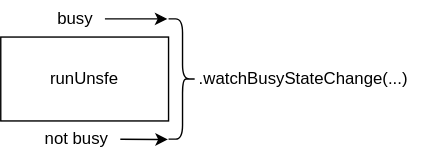
Before: doc/busystate.drawio.svg, a diagram exported from draw.io (FelixCpp/use_in_case). Source tidied: cells renumbered, new cells last; positions are measured from the earlier drawing's top-left corner, leaving out a move shared by most shapes.
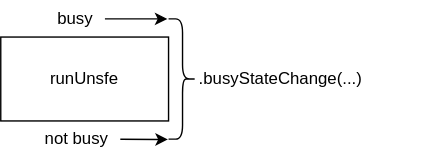
Above is the later version.

Change to the diagram source:
```diff
@@ -5,7 +5,7 @@
     <mxCell id="2" style="shape=curlyBracket;whiteSpace=wrap;html=1;rounded=1;flipH=1;labelPosition=right;verticalLabelPosition=middle;align=left;verticalAlign=middle;fillColor=none;fontColor=#ffffff;strokeColor=default;" parent="1" vertex="1">
       <mxGeometry x="120" y="13" width="20" height="86" as="geometry" />
     </mxCell>
-    <mxCell id="3" value=".watchBusyStateChange(...)" style="text;html=1;strokeColor=none;fillColor=none;align=left;verticalAlign=middle;whiteSpace=wrap;rounded=0;" parent="1" vertex="1">
+    <mxCell id="3" value=".busyStateChange(...)" style="text;html=1;strokeColor=none;fillColor=none;align=left;verticalAlign=middle;whiteSpace=wrap;rounded=0;" parent="1" vertex="1">
       <mxGeometry x="140" y="41" width="160" height="30" as="geometry" />
     </mxCell>
     <mxCell id="4" style="edgeStyle=none;html=1;" parent="1" edge="1" source="5">
```
